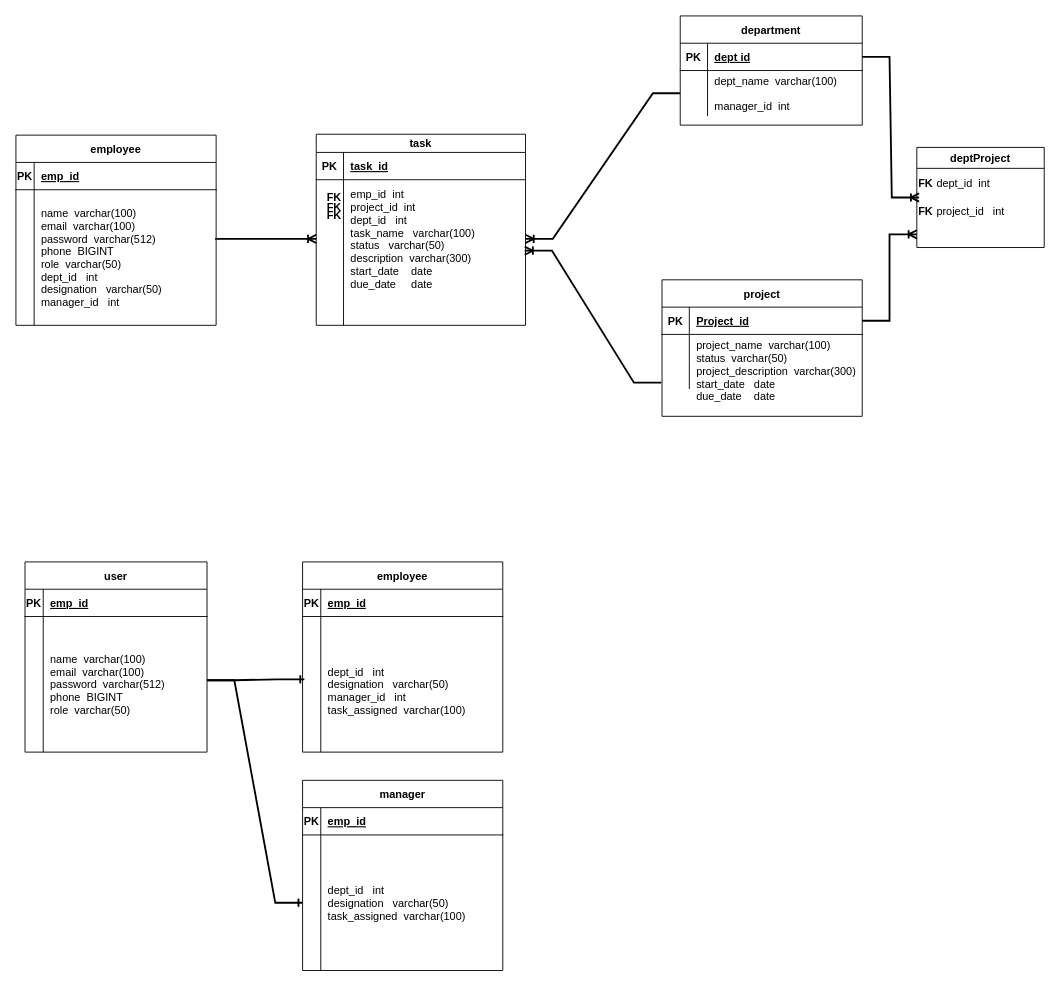
Hks1998/ETMS_Project keeps this draw.io diagram as page "ER" (3 of 4) of ETMS_complete.drawio. Above is the earlier version. Source tidied: cells renumbered, new cells numbered last; positions are measured from the earlier drawing's top-left corner, leaving out a move shared by most shapes. Both pictures are drawn from the tidied source at 91%, with x=0, y=0 at pixel (15, 15).
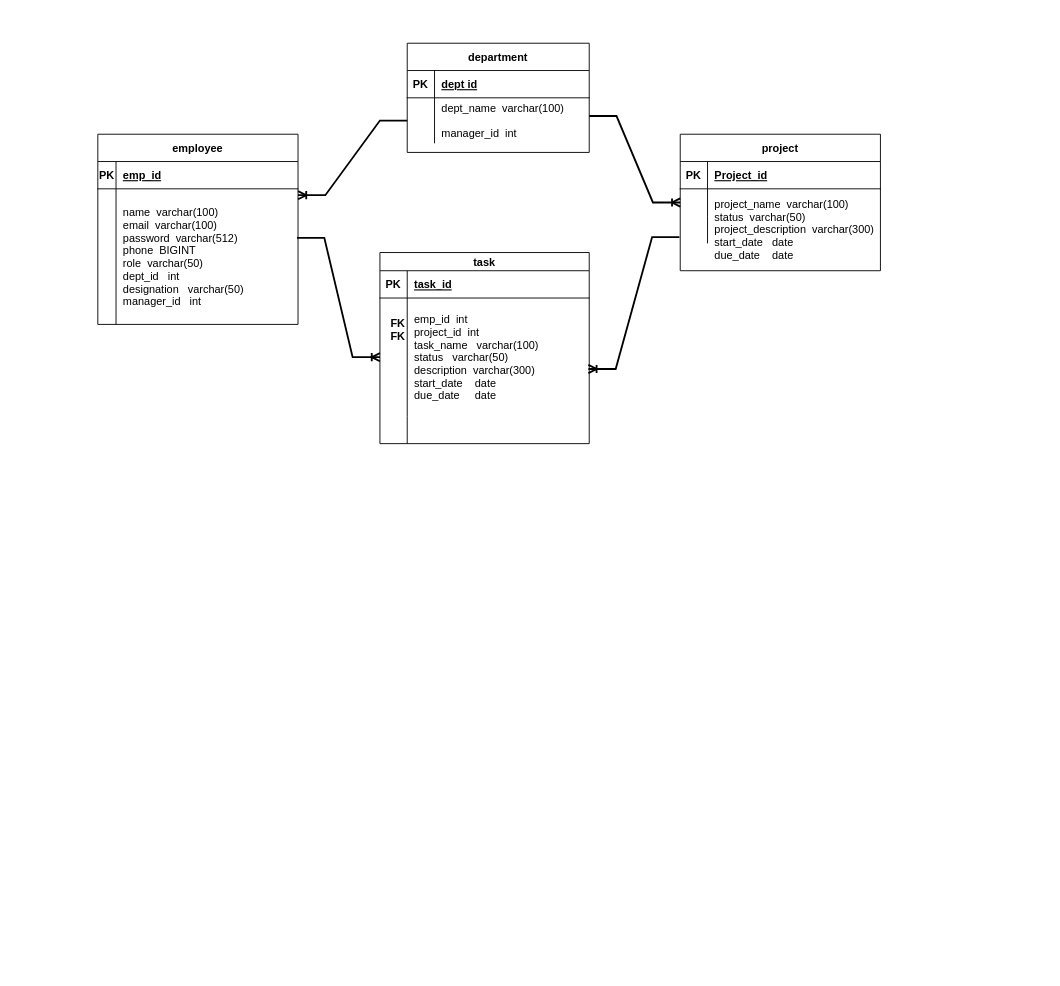
The same page after the edit.

Unchanged cells that the change refers to:
```xml
<mxCell id="6" style="shape=partialRectangle;fillColor=none;points=[[0,0.5],[1,0.5]];portConstraint=eastwest;top=0;left=0;right=0;bottom=0;" parent="2" vertex="1">
  <mxGeometry y="50" width="230" height="130" as="geometry" />
</mxCell>
<mxCell id="13" style="shape=partialRectangle;fillColor=none;points=[[0,0.5],[1,0.5]];portConstraint=eastwest;top=0;left=0;right=0;bottom=1;" parent="12" vertex="1">
  <mxGeometry y="30" width="200" height="30" as="geometry" />
</mxCell>
<mxCell id="16" style="shape=partialRectangle;fillColor=none;points=[[0,0.5],[1,0.5]];portConstraint=eastwest;top=0;left=0;right=0;bottom=0;" parent="12" vertex="1">
  <mxGeometry y="60" width="200" height="50" as="geometry" />
</mxCell>
<mxCell id="23" style="shape=partialRectangle;fillColor=none;points=[[0,0.5],[1,0.5]];portConstraint=eastwest;top=0;left=0;right=0;bottom=0;" parent="19" vertex="1">
  <mxGeometry y="60" width="220" height="149" as="geometry" />
</mxCell>
<mxCell id="27" style="shape=partialRectangle;fillColor=none;top=0;left=0;bottom=1;right=0;points=[[0,0.5],[1,0.5]];portConstraint=eastwest;" parent="26" vertex="1">
  <mxGeometry y="30" width="220" height="30" as="geometry" />
</mxCell>
<mxCell id="30" style="shape=partialRectangle;fillColor=none;top=0;left=0;bottom=0;right=0;points=[[0,0.5],[1,0.5]];portConstraint=eastwest;" parent="26" vertex="1">
  <mxGeometry y="60" width="220" height="30" as="geometry" />
</mxCell>
```

What changed in the source:
```diff
@@
     <mxCell id="2" value="task" style="shape=table;startSize=20;childLayout=tableLayout;rowLines=0;fontStyle=1;align=center;" parent="1" vertex="1">
-      <mxGeometry x="330" y="130" width="230" height="210" as="geometry" />
+      <mxGeometry x="400" y="260" width="230" height="210" as="geometry" />
     </mxCell>
@@
-    <mxCell id="8" value="emp_id  int&#10;project_id  int&#10;dept_id   int&#10;task_name   varchar(100)&#10;status   varchar(50)  &#10;description  varchar(300) &#10;start_date    date&#10;due_date     date" style="shape=partialRectangle;overflow=hidden;fillColor=none;top=0;left=0;bottom=0;right=0;align=left;spacingLeft=6;" parent="6" vertex="1">
+    <mxCell id="8" value="emp_id  int&#10;project_id  int&#10;task_name   varchar(100)&#10;status   varchar(50)  &#10;description  varchar(300) &#10;start_date    date&#10;due_date     date" style="shape=partialRectangle;overflow=hidden;fillColor=none;top=0;left=0;bottom=0;right=0;align=left;spacingLeft=6;" parent="6" vertex="1">
       <mxGeometry x="30" width="200" height="130" as="geometry" />
     </mxCell>
@@
     <mxCell id="12" value="department" style="shape=table;startSize=30;childLayout=tableLayout;rowLines=0;fontStyle=1;align=center;" parent="1" vertex="1">
-      <mxGeometry x="730" width="200" height="120" as="geometry" />
+      <mxGeometry x="430" y="30" width="200" height="120" as="geometry" />
     </mxCell>
@@
     <mxCell id="19" value="employee" style="shape=table;startSize=30;childLayout=tableLayout;rowLines=0;fontStyle=1;align=center;" parent="1" vertex="1">
-      <mxGeometry y="131" width="220" height="209" as="geometry" />
+      <mxGeometry x="90" y="130" width="220" height="209" as="geometry" />
     </mxCell>
@@
     <mxCell id="26" value="project" style="shape=table;startSize=30;childLayout=tableLayout;rowLines=0;fontStyle=1;align=center;" parent="1" vertex="1">
-      <mxGeometry x="710" y="290" width="220" height="150" as="geometry" />
+      <mxGeometry x="730" y="130" width="220" height="150" as="geometry" />
     </mxCell>
@@
     <mxCell id="36" value="project_name  varchar(100) &#10;status  varchar(50) &#10;project_description  varchar(300) &#10;start_date   date&#10;due_date    date" style="shape=partialRectangle;fillColor=none;top=0;left=0;bottom=0;right=0;align=left;spacingLeft=6;overflow=hidden;" parent="1" vertex="1">
-      <mxGeometry x="740" y="350" width="190" height="80" as="geometry" />
+      <mxGeometry x="760" y="194.5" width="190" height="80" as="geometry" />
     </mxCell>
-    <mxCell id="37" value="deptProject" style="swimlane;" parent="1" vertex="1">
-      <mxGeometry x="990" y="144.5" width="140" height="110" as="geometry" />
-    </mxCell>
-    <mxCell id="38" value="dept_id&amp;nbsp; int" style="text;html=1;strokeColor=none;fillColor=none;align=left;verticalAlign=middle;whiteSpace=wrap;rounded=0;" parent="37" vertex="1">
-      <mxGeometry x="20" y="30" width="95" height="20" as="geometry" />
-    </mxCell>
-    <mxCell id="39" value="project_id&amp;nbsp; &amp;nbsp;int" style="text;html=1;strokeColor=none;fillColor=none;align=left;verticalAlign=middle;whiteSpace=wrap;rounded=0;" parent="37" vertex="1">
-      <mxGeometry x="20" y="60" width="85" height="20" as="geometry" />
-    </mxCell>
-    <mxCell id="40" value="&lt;b&gt;FK&lt;/b&gt;" style="text;html=1;strokeColor=none;fillColor=none;align=center;verticalAlign=middle;whiteSpace=wrap;rounded=0;" parent="37" vertex="1">
-      <mxGeometry x="-20" y="25" width="60" height="30" as="geometry" />
-    </mxCell>
-    <mxCell id="41" value="&lt;b&gt;FK&lt;/b&gt;" style="text;html=1;strokeColor=none;fillColor=none;align=center;verticalAlign=middle;whiteSpace=wrap;rounded=0;" parent="37" vertex="1">
-      <mxGeometry x="-5" y="55" width="30" height="30" as="geometry" />
-    </mxCell>
-    <mxCell id="42" value="&lt;b&gt;FK&lt;/b&gt;" style="text;html=1;strokeColor=none;fillColor=none;align=center;verticalAlign=middle;whiteSpace=wrap;rounded=0;" parent="1" vertex="1">
-      <mxGeometry x="320" y="184.5" width="60" height="30" as="geometry" />
-    </mxCell>
-    <mxCell id="43" value="&lt;b&gt;FK&lt;/b&gt;" style="text;html=1;strokeColor=none;fillColor=none;align=center;verticalAlign=middle;whiteSpace=wrap;rounded=0;" parent="1" vertex="1">
-      <mxGeometry x="320" y="195.5" width="60" height="30" as="geometry" />
-    </mxCell>
-    <mxCell id="44" value="&lt;b&gt;FK&lt;/b&gt;" style="text;html=1;strokeColor=none;fillColor=none;align=center;verticalAlign=middle;whiteSpace=wrap;rounded=0;" parent="1" vertex="1">
-      <mxGeometry x="320" y="205" width="60" height="30" as="geometry" />
+    <mxCell id="44" value="&lt;b&gt;FK&lt;br&gt;&lt;/b&gt;&lt;b&gt;FK&lt;/b&gt;&lt;b&gt;&lt;br&gt;&lt;/b&gt;" style="text;html=1;strokeColor=none;fillColor=none;align=center;verticalAlign=middle;whiteSpace=wrap;rounded=0;" parent="1" vertex="1">
+      <mxGeometry x="390" y="330" width="60" height="30" as="geometry" />
     </mxCell>
@@
-    <mxCell id="46" style="edgeStyle=entityRelationEdgeStyle;fontSize=12;html=1;endArrow=ERoneToMany;rounded=0;strokeWidth=2;entryX=1;entryY=0.5;entryDx=0;entryDy=0;exitX=0;exitY=0.5;exitDx=0;exitDy=0;" parent="1" edge="1" source="16" target="6">
+    <mxCell id="46" style="edgeStyle=entityRelationEdgeStyle;fontSize=12;html=1;endArrow=ERoneToMany;rounded=0;strokeWidth=2;entryX=1;entryY=0.047;entryDx=0;entryDy=0;exitX=0;exitY=0.5;exitDx=0;exitDy=0;entryPerimeter=0;" parent="1" edge="1" source="16" target="23">
       <mxGeometry relative="1" as="geometry" />
     </mxCell>
@@
-    <mxCell id="48" style="edgeStyle=entityRelationEdgeStyle;fontSize=12;html=1;endArrow=ERoneToMany;rounded=0;strokeWidth=2;exitX=1;exitY=0.5;exitDx=0;exitDy=0;entryX=0.25;entryY=0;entryDx=0;entryDy=0;" parent="1" edge="1" source="13" target="41">
-      <mxGeometry relative="1" as="geometry" />
-    </mxCell>
-    <mxCell id="49" style="edgeStyle=entityRelationEdgeStyle;fontSize=12;html=1;endArrow=ERoneToMany;rounded=0;strokeWidth=2;exitX=1;exitY=0.5;exitDx=0;exitDy=0;" parent="1" edge="1" source="27">
-      <mxGeometry relative="1" as="geometry">
-        <mxPoint x="990" y="240" as="targetPoint" />
-      </mxGeometry>
-    </mxCell>
-    <mxCell id="50" value="user" style="shape=table;startSize=30;childLayout=tableLayout;rowLines=0;fontStyle=1;align=center;" parent="1" vertex="1">
-      <mxGeometry x="10" y="600" width="200" height="209" as="geometry" />
-    </mxCell>
-    <mxCell id="51" style="shape=partialRectangle;fillColor=none;top=0;left=0;right=0;bottom=1;" parent="50" vertex="1">
-      <mxGeometry y="30" width="200" height="30" as="geometry" />
-    </mxCell>
-    <mxCell id="52" value="PK" style="shape=partialRectangle;overflow=hidden;fillColor=none;top=0;left=0;bottom=0;right=0;fontStyle=1;" parent="51" vertex="1">
-      <mxGeometry width="20" height="30" as="geometry" />
-    </mxCell>
-    <mxCell id="53" value="emp_id" style="shape=partialRectangle;overflow=hidden;fillColor=none;top=0;left=0;bottom=0;right=0;align=left;spacingLeft=6;fontStyle=5;" parent="51" vertex="1">
-      <mxGeometry x="20" width="180" height="30" as="geometry" />
-    </mxCell>
-    <mxCell id="54" style="shape=partialRectangle;fillColor=none;top=0;left=0;right=0;bottom=0;" parent="50" vertex="1">
-      <mxGeometry y="60" width="200" height="149" as="geometry" />
-    </mxCell>
-    <mxCell id="55" style="shape=partialRectangle;overflow=hidden;fillColor=none;top=0;left=0;bottom=0;right=0;" parent="54" vertex="1">
-      <mxGeometry width="20" height="149" as="geometry" />
-    </mxCell>
-    <mxCell id="56" value="name  varchar(100)    &#10;email  varchar(100) &#10;password  varchar(512) &#10;phone  BIGINT&#10;role  varchar(50) " style="shape=partialRectangle;overflow=hidden;fillColor=none;top=0;left=0;bottom=0;right=0;align=left;spacingLeft=6;" parent="54" vertex="1">
-      <mxGeometry x="20" width="180" height="149" as="geometry" />
-    </mxCell>
-    <mxCell id="57" value="employee" style="shape=table;startSize=30;childLayout=tableLayout;rowLines=0;fontStyle=1;align=center;" parent="1" vertex="1">
-      <mxGeometry x="315" y="600" width="220" height="209" as="geometry" />
-    </mxCell>
-    <mxCell id="58" style="shape=partialRectangle;fillColor=none;top=0;left=0;right=0;bottom=1;" parent="57" vertex="1">
-      <mxGeometry y="30" width="220" height="30" as="geometry" />
-    </mxCell>
-    <mxCell id="59" value="PK" style="shape=partialRectangle;overflow=hidden;fillColor=none;top=0;left=0;bottom=0;right=0;fontStyle=1;" parent="58" vertex="1">
-      <mxGeometry width="20" height="30" as="geometry" />
-    </mxCell>
-    <mxCell id="60" value="emp_id" style="shape=partialRectangle;overflow=hidden;fillColor=none;top=0;left=0;bottom=0;right=0;align=left;spacingLeft=6;fontStyle=5;" parent="58" vertex="1">
-      <mxGeometry x="20" width="200" height="30" as="geometry" />
-    </mxCell>
-    <mxCell id="61" style="shape=partialRectangle;fillColor=none;points=[[0,0.5],[1,0.5]];portConstraint=eastwest;top=0;left=0;right=0;bottom=0;" parent="57" vertex="1">
-      <mxGeometry y="60" width="220" height="149" as="geometry" />
-    </mxCell>
-    <mxCell id="62" style="shape=partialRectangle;overflow=hidden;fillColor=none;top=0;left=0;bottom=0;right=0;" parent="61" vertex="1">
-      <mxGeometry width="20" height="149" as="geometry" />
-    </mxCell>
-    <mxCell id="63" value="&#10;dept_id   int &#10;designation   varchar(50) &#10;manager_id   int&#10;task_assigned  varchar(100) " style="shape=partialRectangle;overflow=hidden;fillColor=none;top=0;left=0;bottom=0;right=0;align=left;spacingLeft=6;" parent="61" vertex="1">
-      <mxGeometry x="20" width="200" height="149" as="geometry" />
-    </mxCell>
-    <mxCell id="64" value="manager" style="shape=table;startSize=30;childLayout=tableLayout;rowLines=0;fontStyle=1;align=center;" parent="1" vertex="1">
-      <mxGeometry x="315" y="840" width="220" height="209" as="geometry" />
-    </mxCell>
-    <mxCell id="65" style="shape=partialRectangle;fillColor=none;top=0;left=0;right=0;bottom=1;" parent="64" vertex="1">
-      <mxGeometry y="30" width="220" height="30" as="geometry" />
-    </mxCell>
-    <mxCell id="66" value="PK" style="shape=partialRectangle;overflow=hidden;fillColor=none;top=0;left=0;bottom=0;right=0;fontStyle=1;" parent="65" vertex="1">
-      <mxGeometry width="20" height="30" as="geometry" />
-    </mxCell>
-    <mxCell id="67" value="emp_id" style="shape=partialRectangle;overflow=hidden;fillColor=none;top=0;left=0;bottom=0;right=0;align=left;spacingLeft=6;fontStyle=5;" parent="65" vertex="1">
-      <mxGeometry x="20" width="200" height="30" as="geometry" />
-    </mxCell>
-    <mxCell id="68" style="shape=partialRectangle;fillColor=none;points=[[0,0.5],[1,0.5]];portConstraint=eastwest;top=0;left=0;right=0;bottom=0;" parent="64" vertex="1">
-      <mxGeometry y="60" width="220" height="149" as="geometry" />
-    </mxCell>
-    <mxCell id="69" style="shape=partialRectangle;overflow=hidden;fillColor=none;top=0;left=0;bottom=0;right=0;" parent="68" vertex="1">
-      <mxGeometry width="20" height="149" as="geometry" />
-    </mxCell>
-    <mxCell id="70" value="dept_id   int &#10;designation   varchar(50) &#10;task_assigned  varchar(100)" style="shape=partialRectangle;overflow=hidden;fillColor=none;top=0;left=0;bottom=0;right=0;align=left;spacingLeft=6;" parent="68" vertex="1">
-      <mxGeometry x="20" width="200" height="149" as="geometry" />
-    </mxCell>
-    <mxCell id="71" style="edgeStyle=entityRelationEdgeStyle;fontSize=12;html=1;endArrow=ERone;endFill=1;rounded=0;strokeWidth=2;entryX=0.009;entryY=0.463;entryDx=0;entryDy=0;entryPerimeter=0;" parent="1" edge="1" target="61">
-      <mxGeometry relative="1" as="geometry">
-        <mxPoint x="210" y="730" as="sourcePoint" />
-      </mxGeometry>
-    </mxCell>
-    <mxCell id="72" style="edgeStyle=entityRelationEdgeStyle;fontSize=12;html=1;endArrow=ERone;endFill=1;rounded=0;strokeWidth=2;entryX=0;entryY=0.5;entryDx=0;entryDy=0;" parent="1" edge="1" target="68">
-      <mxGeometry relative="1" as="geometry">
-        <mxPoint x="210" y="730" as="sourcePoint" />
-      </mxGeometry>
-    </mxCell>
+    <mxCell id="73" style="edgeStyle=entityRelationEdgeStyle;fontSize=12;html=1;endArrow=ERoneToMany;rounded=0;strokeWidth=2;" parent="1" edge="1" target="30">
+      <mxGeometry relative="1" as="geometry">
+        <mxPoint x="630" y="110" as="sourcePoint" />
+      </mxGeometry>
+    </mxCell>
```
